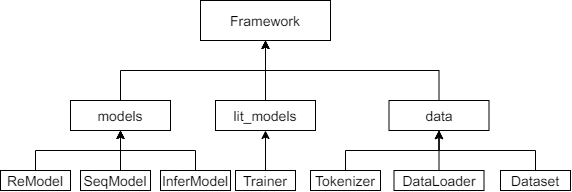
Earlier version of the draw.io export imgs/overview.png (zjunlp/OpenUE). Source tidied: cells renumbered, new cells last; positions are measured from the earlier drawing's top-left corner, leaving out a move shared by most shapes.
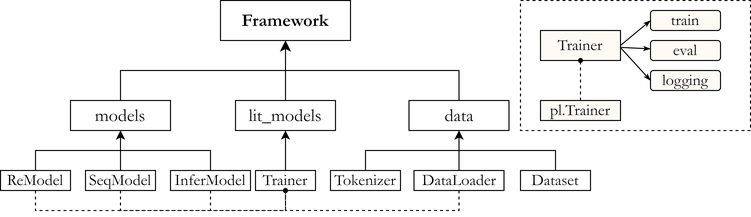
The same file after the commit.

Change to the diagram source:
```diff
@@ -2,29 +2,29 @@
   <root>
     <mxCell id="0" />
     <mxCell id="1" parent="0" />
-    <mxCell id="2" value="&lt;font style=&quot;font-size: 14px&quot;&gt;Framework&lt;/font&gt;" style="rounded=0;whiteSpace=wrap;html=1;" parent="1" vertex="1">
+    <mxCell id="2" value="&lt;font size=&quot;1&quot;&gt;&lt;b style=&quot;font-size: 18px&quot;&gt;Framework&lt;/b&gt;&lt;/font&gt;" style="rounded=0;whiteSpace=wrap;html=1;fontFamily=Garamond;fontSize=16;" parent="1" vertex="1">
       <mxGeometry x="200" width="130" height="40" as="geometry" />
     </mxCell>
-    <mxCell id="3" style="edgeStyle=orthogonalEdgeStyle;rounded=0;jettySize=auto;html=1;entryX=0.5;entryY=1;entryDx=0;entryDy=0;" parent="1" edge="1" source="4" target="2">
+    <mxCell id="3" style="edgeStyle=orthogonalEdgeStyle;rounded=0;jettySize=auto;html=1;entryX=0.5;entryY=1;entryDx=0;entryDy=0;fontFamily=Garamond;fontSize=16;" parent="1" edge="1" source="4" target="2">
       <mxGeometry relative="1" as="geometry">
         <Array as="points">
-          <mxPoint x="120" y="70" />
+          <mxPoint x="100" y="70" />
           <mxPoint x="265" y="70" />
         </Array>
       </mxGeometry>
     </mxCell>
-    <mxCell id="4" value="&lt;font style=&quot;font-size: 14px&quot;&gt;models&lt;/font&gt;" style="rounded=0;whiteSpace=wrap;html=1;" parent="1" vertex="1">
-      <mxGeometry x="70" y="100" width="100" height="30" as="geometry" />
+    <mxCell id="4" value="&lt;font style=&quot;font-size: 18px;&quot;&gt;models&lt;/font&gt;" style="rounded=0;whiteSpace=wrap;html=1;fontFamily=Garamond;fontSize=18;" parent="1" vertex="1">
+      <mxGeometry x="50" y="100" width="100" height="30" as="geometry" />
     </mxCell>
-    <mxCell id="5" style="edgeStyle=orthogonalEdgeStyle;rounded=0;jettySize=auto;html=1;" parent="1" edge="1" source="6">
+    <mxCell id="5" style="edgeStyle=orthogonalEdgeStyle;rounded=0;jettySize=auto;html=1;fontFamily=Garamond;fontSize=16;endSize=8;" parent="1" edge="1" source="6">
       <mxGeometry relative="1" as="geometry">
         <mxPoint x="265" y="40" as="targetPoint" />
       </mxGeometry>
     </mxCell>
-    <mxCell id="6" value="&lt;font style=&quot;font-size: 14px&quot;&gt;lit_models&lt;/font&gt;" style="rounded=0;whiteSpace=wrap;html=1;" parent="1" vertex="1">
+    <mxCell id="6" value="&lt;font style=&quot;font-size: 18px;&quot;&gt;lit_models&lt;/font&gt;" style="rounded=0;whiteSpace=wrap;html=1;fontFamily=Garamond;fontSize=18;" parent="1" vertex="1">
       <mxGeometry x="215" y="100" width="100" height="30" as="geometry" />
     </mxCell>
-    <mxCell id="7" style="edgeStyle=orthogonalEdgeStyle;rounded=0;jettySize=auto;html=1;entryX=0.5;entryY=1;entryDx=0;entryDy=0;" parent="1" edge="1" source="8" target="2">
+    <mxCell id="7" style="edgeStyle=orthogonalEdgeStyle;rounded=0;jettySize=auto;html=1;entryX=0.5;entryY=1;entryDx=0;entryDy=0;fontFamily=Garamond;fontSize=16;" parent="1" edge="1" source="8" target="2">
       <mxGeometry relative="1" as="geometry">
         <Array as="points">
           <mxPoint x="438" y="70" />
@@ -32,36 +32,68 @@
         </Array>
       </mxGeometry>
     </mxCell>
-    <mxCell id="8" value="&lt;font style=&quot;font-size: 14px&quot;&gt;data&lt;/font&gt;" style="rounded=0;whiteSpace=wrap;html=1;" parent="1" vertex="1">
+    <mxCell id="8" value="&lt;font style=&quot;font-size: 18px;&quot;&gt;data&lt;/font&gt;" style="rounded=0;whiteSpace=wrap;html=1;fontFamily=Garamond;fontSize=18;" parent="1" vertex="1">
       <mxGeometry x="388.5" y="100" width="100" height="30" as="geometry" />
     </mxCell>
-    <mxCell id="9" style="edgeStyle=orthogonalEdgeStyle;rounded=0;jettySize=auto;html=1;entryX=0.5;entryY=1;entryDx=0;entryDy=0;" parent="1" edge="1" target="4">
+    <mxCell id="9" style="edgeStyle=orthogonalEdgeStyle;rounded=0;jettySize=auto;html=1;entryX=0.5;entryY=1;entryDx=0;entryDy=0;fontFamily=Garamond;fontSize=16;" parent="1" edge="1" target="4">
       <mxGeometry relative="1" as="geometry">
         <mxPoint x="120" y="170" as="sourcePoint" />
+        <Array as="points">
+          <mxPoint x="100" y="170" />
+        </Array>
       </mxGeometry>
     </mxCell>
+    <mxCell id="23" style="edgeStyle=orthogonalEdgeStyle;rounded=0;jettySize=auto;html=1;entryX=0.5;entryY=1;entryDx=0;entryDy=0;dashed=1;fontFamily=Garamond;fontSize=16;endArrow=oval;endFill=1;endSize=4;" parent="1" edge="1" source="10" target="16">
+      <mxGeometry relative="1" as="geometry">
+        <Array as="points">
+          <mxPoint x="100" y="210" />
+          <mxPoint x="265" y="210" />
+        </Array>
+      </mxGeometry>
+    </mxCell>
-    <mxCell id="10" value="&lt;font style=&quot;font-size: 14px&quot;&gt;SeqModel&lt;/font&gt;" style="rounded=0;whiteSpace=wrap;html=1;" parent="1" vertex="1">
-      <mxGeometry x="80" y="170" width="70" height="20" as="geometry" />
+    <mxCell id="10" value="&lt;font style=&quot;font-size: 16px;&quot;&gt;SeqModel&lt;/font&gt;" style="rounded=0;whiteSpace=wrap;html=1;fontFamily=Garamond;fontSize=16;" parent="1" vertex="1">
+      <mxGeometry x="65" y="170" width="70" height="20" as="geometry" />
     </mxCell>
-    <mxCell id="11" style="edgeStyle=orthogonalEdgeStyle;rounded=0;jettySize=auto;html=1;entryX=0.5;entryY=1;entryDx=0;entryDy=0;" parent="1" edge="1" source="12" target="4">
-      <mxGeometry relative="1" as="geometry" />
+    <mxCell id="11" style="edgeStyle=orthogonalEdgeStyle;rounded=0;jettySize=auto;html=1;entryX=0.5;entryY=1;entryDx=0;entryDy=0;fontFamily=Garamond;fontSize=16;" parent="1" edge="1" source="12" target="4">
+      <mxGeometry relative="1" as="geometry">
+        <Array as="points">
+          <mxPoint x="190" y="150" />
+          <mxPoint x="100" y="150" />
+        </Array>
+      </mxGeometry>
     </mxCell>
+    <mxCell id="24" style="edgeStyle=orthogonalEdgeStyle;rounded=0;jettySize=auto;html=1;entryX=0.5;entryY=1;entryDx=0;entryDy=0;dashed=1;fontFamily=Garamond;fontSize=16;endArrow=oval;endFill=1;endSize=4;" parent="1" edge="1" source="12" target="16">
+      <mxGeometry relative="1" as="geometry">
+        <Array as="points">
+          <mxPoint x="190" y="210" />
+          <mxPoint x="265" y="210" />
+        </Array>
+      </mxGeometry>
+    </mxCell>
-    <mxCell id="12" value="&lt;font style=&quot;font-size: 14px&quot;&gt;InferModel&lt;/font&gt;" style="rounded=0;whiteSpace=wrap;html=1;" parent="1" vertex="1">
-      <mxGeometry x="160" y="170" width="70" height="20" as="geometry" />
+    <mxCell id="12" value="&lt;font style=&quot;font-size: 16px;&quot;&gt;InferModel&lt;/font&gt;" style="rounded=0;whiteSpace=wrap;html=1;fontFamily=Garamond;fontSize=16;" parent="1" vertex="1">
+      <mxGeometry x="150" y="170" width="80" height="20" as="geometry" />
     </mxCell>
-    <mxCell id="13" style="edgeStyle=orthogonalEdgeStyle;rounded=0;jettySize=auto;html=1;entryX=0.5;entryY=1;entryDx=0;entryDy=0;" parent="1" edge="1" source="14" target="4">
+    <mxCell id="13" style="edgeStyle=orthogonalEdgeStyle;rounded=0;jettySize=auto;html=1;entryX=0.5;entryY=1;entryDx=0;entryDy=0;fontFamily=Garamond;fontSize=16;" parent="1" edge="1" source="14" target="4">
       <mxGeometry relative="1" as="geometry" />
     </mxCell>
+    <mxCell id="25" style="edgeStyle=orthogonalEdgeStyle;rounded=0;jettySize=auto;html=1;entryX=0.5;entryY=1;entryDx=0;entryDy=0;fontFamily=Garamond;fontSize=16;endArrow=oval;endFill=1;endSize=4;dashed=1;" parent="1" edge="1" source="14" target="16">
+      <mxGeometry relative="1" as="geometry">
+        <Array as="points">
+          <mxPoint x="15" y="210" />
+          <mxPoint x="265" y="210" />
+        </Array>
+      </mxGeometry>
+    </mxCell>
-    <mxCell id="14" value="&lt;font style=&quot;font-size: 14px&quot;&gt;ReModel&lt;/font&gt;" style="rounded=0;whiteSpace=wrap;html=1;" parent="1" vertex="1">
-      <mxGeometry y="170" width="70" height="20" as="geometry" />
+    <mxCell id="14" value="&lt;font style=&quot;font-size: 16px;&quot;&gt;ReModel&lt;/font&gt;" style="rounded=0;whiteSpace=wrap;html=1;fontFamily=Garamond;fontSize=16;" parent="1" vertex="1">
+      <mxGeometry x="-20" y="170" width="70" height="20" as="geometry" />
     </mxCell>
-    <mxCell id="15" style="edgeStyle=orthogonalEdgeStyle;rounded=0;jettySize=auto;html=1;entryX=0.5;entryY=1;entryDx=0;entryDy=0;" parent="1" edge="1" source="16" target="6">
+    <mxCell id="15" style="edgeStyle=orthogonalEdgeStyle;rounded=0;jettySize=auto;html=1;entryX=0.5;entryY=1;entryDx=0;entryDy=0;fontFamily=Garamond;fontSize=16;" parent="1" edge="1" source="16" target="6">
       <mxGeometry relative="1" as="geometry" />
     </mxCell>
-    <mxCell id="16" value="&lt;font style=&quot;font-size: 14px&quot;&gt;Trainer&lt;/font&gt;" style="rounded=0;whiteSpace=wrap;html=1;" parent="1" vertex="1">
+    <mxCell id="16" value="&lt;font style=&quot;font-size: 16px;&quot;&gt;Trainer&lt;/font&gt;" style="rounded=0;whiteSpace=wrap;html=1;fontFamily=Garamond;fontSize=16;" parent="1" vertex="1">
       <mxGeometry x="235" y="170" width="60" height="20" as="geometry" />
     </mxCell>
-    <mxCell id="17" style="edgeStyle=orthogonalEdgeStyle;rounded=0;jettySize=auto;html=1;entryX=0.5;entryY=1;entryDx=0;entryDy=0;" parent="1" edge="1" source="18" target="8">
+    <mxCell id="17" style="edgeStyle=orthogonalEdgeStyle;rounded=0;jettySize=auto;html=1;entryX=0.5;entryY=1;entryDx=0;entryDy=0;fontFamily=Garamond;fontSize=16;" parent="1" edge="1" source="18" target="8">
       <mxGeometry relative="1" as="geometry">
         <Array as="points">
           <mxPoint x="345" y="150" />
@@ -69,16 +101,24 @@
         </Array>
       </mxGeometry>
     </mxCell>
-    <mxCell id="18" value="&lt;font style=&quot;font-size: 14px&quot;&gt;Tokenizer&lt;/font&gt;" style="rounded=0;whiteSpace=wrap;html=1;" parent="1" vertex="1">
+    <mxCell id="18" value="&lt;font style=&quot;font-size: 16px;&quot;&gt;Tokenizer&lt;/font&gt;" style="rounded=0;whiteSpace=wrap;html=1;fontFamily=Garamond;fontSize=16;" parent="1" vertex="1">
       <mxGeometry x="310" y="170" width="70" height="20" as="geometry" />
     </mxCell>
-    <mxCell id="19" style="edgeStyle=orthogonalEdgeStyle;rounded=0;jettySize=auto;html=1;entryX=0.5;entryY=1;entryDx=0;entryDy=0;" parent="1" edge="1" source="20" target="8">
+    <mxCell id="19" style="edgeStyle=orthogonalEdgeStyle;rounded=0;jettySize=auto;html=1;entryX=0.5;entryY=1;entryDx=0;entryDy=0;fontFamily=Garamond;fontSize=16;" parent="1" edge="1" source="20" target="8">
       <mxGeometry relative="1" as="geometry" />
     </mxCell>
+    <mxCell id="26" style="edgeStyle=orthogonalEdgeStyle;rounded=0;jettySize=auto;html=1;entryX=0.5;entryY=1;entryDx=0;entryDy=0;dashed=1;fontFamily=Garamond;fontSize=16;endArrow=oval;endFill=1;endSize=4;" parent="1" edge="1" source="20" target="16">
+      <mxGeometry relative="1" as="geometry">
+        <Array as="points">
+          <mxPoint x="438" y="210" />
+          <mxPoint x="265" y="210" />
+        </Array>
+      </mxGeometry>
+    </mxCell>
-    <mxCell id="20" value="&lt;span style=&quot;font-size: 14px&quot;&gt;DataLoader&lt;/span&gt;" style="rounded=0;whiteSpace=wrap;html=1;" parent="1" vertex="1">
+    <mxCell id="20" value="&lt;span style=&quot;font-size: 16px;&quot;&gt;DataLoader&lt;/span&gt;" style="rounded=0;whiteSpace=wrap;html=1;fontFamily=Garamond;fontSize=16;" parent="1" vertex="1">
       <mxGeometry x="393.5" y="170" width="90" height="20" as="geometry" />
     </mxCell>
-    <mxCell id="21" style="edgeStyle=orthogonalEdgeStyle;rounded=0;jettySize=auto;html=1;entryX=0.5;entryY=1;entryDx=0;entryDy=0;" parent="1" edge="1" source="22" target="8">
+    <mxCell id="21" style="edgeStyle=orthogonalEdgeStyle;rounded=0;jettySize=auto;html=1;entryX=0.5;entryY=1;entryDx=0;entryDy=0;fontFamily=Garamond;fontSize=16;" parent="1" edge="1" source="22" target="8">
       <mxGeometry relative="1" as="geometry">
         <Array as="points">
           <mxPoint x="535" y="150" />
@@ -86,8 +126,38 @@
         </Array>
       </mxGeometry>
     </mxCell>
-    <mxCell id="22" value="&lt;font style=&quot;font-size: 14px&quot;&gt;Dataset&lt;/font&gt;" style="rounded=0;whiteSpace=wrap;html=1;" parent="1" vertex="1">
+    <mxCell id="22" value="&lt;font style=&quot;font-size: 16px;&quot;&gt;Dataset&lt;/font&gt;" style="rounded=0;whiteSpace=wrap;html=1;fontFamily=Garamond;fontSize=16;" parent="1" vertex="1">
       <mxGeometry x="500" y="170" width="70" height="20" as="geometry" />
     </mxCell>
+    <mxCell id="27" style="rounded=0;whiteSpace=wrap;html=1;fontFamily=Garamond;fontSize=16;dashed=1;fillColor=none;" parent="1" vertex="1">
+      <mxGeometry x="500" width="230" height="130" as="geometry" />
+    </mxCell>
+    <mxCell id="28" style="rounded=0;jettySize=auto;html=1;entryX=0;entryY=0.5;entryDx=0;entryDy=0;fontFamily=Garamond;fontSize=16;exitX=1;exitY=0.5;exitDx=0;exitDy=0;endArrow=classicThin;endFill=1;endSize=4;" parent="1" edge="1" source="31" target="32">
+      <mxGeometry relative="1" as="geometry" />
+    </mxCell>
+    <mxCell id="29" style="edgeStyle=none;rounded=0;jettySize=auto;html=1;fontFamily=Garamond;fontSize=16;endArrow=classicThin;endFill=1;endSize=4;" parent="1" edge="1" source="31" target="33">
+      <mxGeometry relative="1" as="geometry" />
+    </mxCell>
+    <mxCell id="30" style="edgeStyle=none;rounded=0;jettySize=auto;html=1;entryX=0;entryY=0.5;entryDx=0;entryDy=0;fontFamily=Garamond;fontSize=16;exitX=1.008;exitY=0.594;exitDx=0;exitDy=0;exitPerimeter=0;endArrow=classicThin;endFill=1;endSize=4;" parent="1" edge="1" source="31" target="34">
+      <mxGeometry relative="1" as="geometry" />
+    </mxCell>
+    <mxCell id="31" value="&lt;font style=&quot;font-size: 16px;&quot;&gt;Trainer&lt;/font&gt;" style="rounded=0;whiteSpace=wrap;html=1;fontFamily=Garamond;fontSize=16;fillColor=#FFFAF4;" parent="1" vertex="1">
+      <mxGeometry x="520" y="30" width="80" height="30" as="geometry" />
+    </mxCell>
+    <mxCell id="32" value="train" style="rounded=1;whiteSpace=wrap;html=1;fontFamily=Garamond;fontSize=16;fillColor=#FFFAF4;" parent="1" vertex="1">
+      <mxGeometry x="630" y="10" width="70" height="20" as="geometry" />
+    </mxCell>
+    <mxCell id="33" value="eval" style="rounded=1;whiteSpace=wrap;html=1;fontFamily=Garamond;fontSize=16;fillColor=#FFFAF4;" parent="1" vertex="1">
+      <mxGeometry x="630" y="40" width="70" height="20" as="geometry" />
+    </mxCell>
+    <mxCell id="34" value="logging" style="rounded=1;whiteSpace=wrap;html=1;fontFamily=Garamond;fontSize=16;fillColor=#FFFAF4;" parent="1" vertex="1">
+      <mxGeometry x="630" y="70" width="70" height="20" as="geometry" />
+    </mxCell>
+    <mxCell id="35" style="edgeStyle=orthogonalEdgeStyle;rounded=0;jettySize=auto;html=1;entryX=0.5;entryY=1;entryDx=0;entryDy=0;dashed=1;fontFamily=Garamond;fontSize=18;endArrow=oval;endFill=1;endSize=4;" parent="1" edge="1" source="36" target="31">
+      <mxGeometry relative="1" as="geometry" />
+    </mxCell>
+    <mxCell id="36" value="&lt;font style=&quot;font-size: 16px&quot;&gt;pl.Trainer&lt;/font&gt;" style="rounded=0;whiteSpace=wrap;html=1;fontFamily=Garamond;fontSize=16;fillColor=#FFFAF4;" parent="1" vertex="1">
+      <mxGeometry x="520" y="100" width="80" height="20" as="geometry" />
+    </mxCell>
   </root>
 </mxGraphModel>
```
